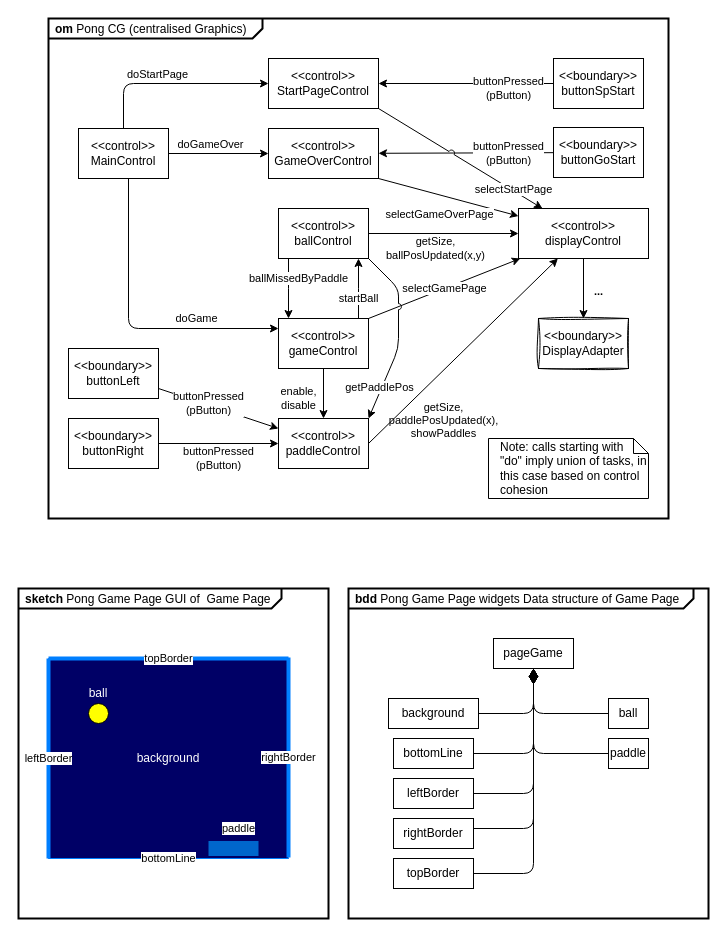
The draw.io diagram page "OM-cg" (2 of 3) of apps/pong_cleangui_cg/models/drawio/pong_cg.drawio in nepbuur1/test_lasergame_2_rework_CleanGUI_godmode, before the edit. Source tidied: cells renumbered, new cells numbered last; positions are measured from the earlier drawing's top-left corner, leaving out a move shared by most shapes. Both pictures are drawn from the tidied source at 100%, with x=0, y=0 at pixel (18, 18).
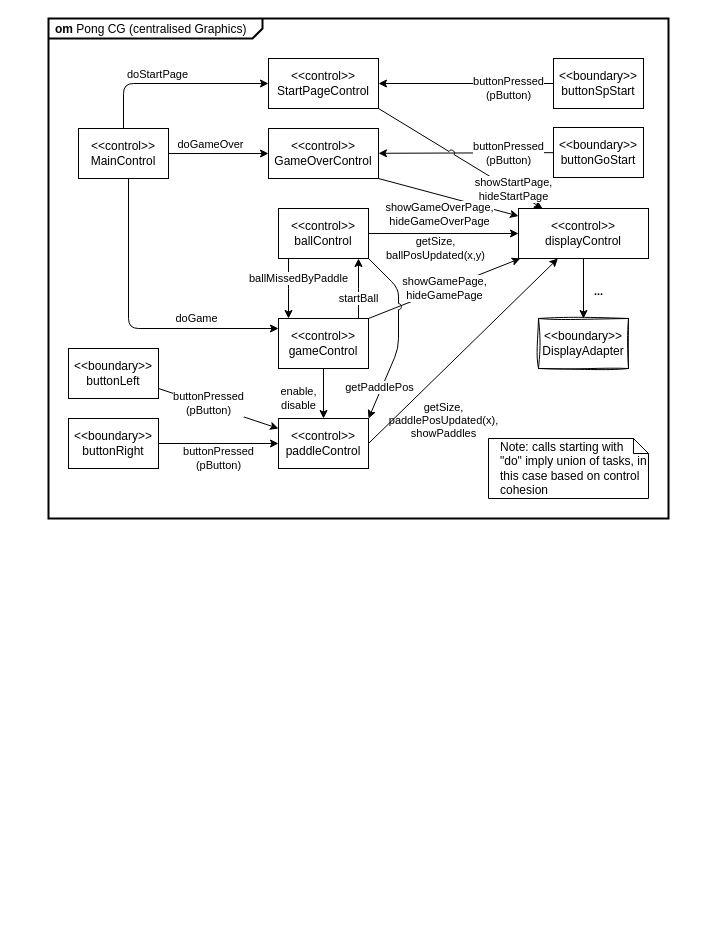
Above is the later version.

The change refers to these unchanged cells:
```xml
<mxCell id="7" value="&amp;lt;&amp;lt;control&amp;gt;&amp;gt;&lt;br&gt;gameControl" style="rounded=0;whiteSpace=wrap;html=1;" parent="1" vertex="1">
  <mxGeometry x="260" y="300" width="90" height="50" as="geometry" />
</mxCell>
<mxCell id="13" value="&amp;lt;&amp;lt;control&amp;gt;&amp;gt;&lt;br&gt;displayControl" style="rounded=0;whiteSpace=wrap;html=1;" parent="1" vertex="1">
  <mxGeometry x="500" y="190" width="130" height="50" as="geometry" />
</mxCell>
<mxCell id="46" value="&amp;lt;&amp;lt;control&amp;gt;&amp;gt;&lt;br&gt;StartPageControl" style="rounded=0;whiteSpace=wrap;html=1;" parent="1" vertex="1">
  <mxGeometry x="250" y="40" width="110" height="50" as="geometry" />
</mxCell>
<mxCell id="47" value="&amp;lt;&amp;lt;control&amp;gt;&amp;gt;&lt;br&gt;GameOverControl" style="rounded=0;whiteSpace=wrap;html=1;" parent="1" vertex="1">
  <mxGeometry x="250" y="110" width="110" height="50" as="geometry" />
</mxCell>
```

Change to the diagram source:
```diff
@@
-    <mxCell id="2" value="&lt;p style=&quot;margin:0px;margin-top:4px;margin-left:7px;text-align:left;&quot;&gt;&lt;b&gt;sketch&lt;/b&gt;&amp;nbsp;Pong Game Page GUI of&amp;nbsp; Game Page&lt;/p&gt;" style="html=1;shape=mxgraph.sysml.package;overflow=fill;labelX=263.33;strokeWidth=2;align=center;" parent="1" vertex="1">
-      <mxGeometry y="570" width="310" height="330" as="geometry" />
-    </mxCell>
-    <mxCell id="3" value="background" style="rounded=0;whiteSpace=wrap;html=1;fillColor=#000066;strokeColor=#6c8ebf;fontColor=#FFFFFF;" parent="1" vertex="1">
-      <mxGeometry x="30" y="640" width="240" height="200" as="geometry" />
-    </mxCell>
@@
-    <mxCell id="6" value="selectGamePage" style="rounded=0;jettySize=auto;html=1;exitX=1;exitY=0;exitDx=0;exitDy=0;" parent="1" edge="1" source="7" target="13">
+    <mxCell id="6" value="showGamePage,&lt;br&gt;hideGamePage" style="rounded=0;jettySize=auto;html=1;exitX=1;exitY=0;exitDx=0;exitDy=0;" parent="1" edge="1" source="7" target="13">
       <mxGeometry relative="1" as="geometry" />
     </mxCell>
@@
-    <mxCell id="21" value="&lt;p style=&quot;margin:0px;margin-top:4px;margin-left:7px;text-align:left;&quot;&gt;&lt;b&gt;bdd&lt;/b&gt;&amp;nbsp;Pong Game Page widgets Data structure of Game Page&lt;/p&gt;" style="html=1;shape=mxgraph.sysml.package;overflow=fill;labelX=345.33;strokeWidth=2;align=center;" parent="1" vertex="1">
-      <mxGeometry x="330" y="570" width="360" height="330" as="geometry" />
-    </mxCell>
-    <mxCell id="22" style="edgeStyle=orthogonalEdgeStyle;rounded=1;jettySize=auto;html=1;startArrow=diamondThin;startFill=1;startSize=13;endArrow=none;endFill=0;curved=0;" parent="1" edge="1" source="23" target="24">
-      <mxGeometry relative="1" as="geometry">
-        <Array as="points">
-          <mxPoint x="515" y="695" />
-        </Array>
-      </mxGeometry>
-    </mxCell>
-    <mxCell id="23" value="pageGame" style="rounded=0;whiteSpace=wrap;html=1;" parent="1" vertex="1">
-      <mxGeometry x="475" y="620" width="80" height="30" as="geometry" />
-    </mxCell>
-    <mxCell id="24" value="background" style="rounded=0;whiteSpace=wrap;html=1;" parent="1" vertex="1">
-      <mxGeometry x="370" y="680" width="90" height="30" as="geometry" />
-    </mxCell>
-    <mxCell id="25" value="bottomLine" style="rounded=0;whiteSpace=wrap;html=1;" parent="1" vertex="1">
-      <mxGeometry x="375" y="720" width="80" height="30" as="geometry" />
-    </mxCell>
-    <mxCell id="26" value="leftBorder" style="rounded=0;whiteSpace=wrap;html=1;" parent="1" vertex="1">
-      <mxGeometry x="375" y="760" width="80" height="30" as="geometry" />
-    </mxCell>
-    <mxCell id="27" value="rightBorder" style="rounded=0;whiteSpace=wrap;html=1;" parent="1" vertex="1">
-      <mxGeometry x="375" y="800" width="80" height="30" as="geometry" />
-    </mxCell>
-    <mxCell id="28" value="topBorder" style="rounded=0;whiteSpace=wrap;html=1;" parent="1" vertex="1">
-      <mxGeometry x="375" y="840" width="80" height="30" as="geometry" />
-    </mxCell>
-    <mxCell id="29" value="ball" style="rounded=0;whiteSpace=wrap;html=1;" parent="1" vertex="1">
-      <mxGeometry x="590" y="680" width="40" height="30" as="geometry" />
-    </mxCell>
-    <mxCell id="30" value="paddle" style="rounded=0;whiteSpace=wrap;html=1;" parent="1" vertex="1">
-      <mxGeometry x="590" y="720" width="40" height="30" as="geometry" />
-    </mxCell>
-    <mxCell id="31" style="edgeStyle=orthogonalEdgeStyle;rounded=1;jettySize=auto;html=1;startArrow=diamondThin;startFill=1;startSize=13;endArrow=none;endFill=0;curved=0;" parent="1" edge="1" source="23" target="25">
-      <mxGeometry relative="1" as="geometry">
-        <Array as="points">
-          <mxPoint x="515" y="735" />
-        </Array>
-      </mxGeometry>
-    </mxCell>
-    <mxCell id="32" style="edgeStyle=orthogonalEdgeStyle;rounded=1;jettySize=auto;html=1;startArrow=diamondThin;startFill=1;startSize=13;endArrow=none;endFill=0;curved=0;" parent="1" edge="1" source="23" target="26">
-      <mxGeometry relative="1" as="geometry">
-        <Array as="points">
-          <mxPoint x="515" y="775" />
-        </Array>
-      </mxGeometry>
-    </mxCell>
-    <mxCell id="33" style="edgeStyle=orthogonalEdgeStyle;rounded=1;jettySize=auto;html=1;startArrow=diamondThin;startFill=1;startSize=13;endArrow=none;endFill=0;curved=0;" parent="1" edge="1" source="23" target="27">
-      <mxGeometry relative="1" as="geometry">
-        <Array as="points">
-          <mxPoint x="515" y="810" />
-        </Array>
-      </mxGeometry>
-    </mxCell>
-    <mxCell id="34" style="edgeStyle=orthogonalEdgeStyle;rounded=1;jettySize=auto;html=1;startArrow=diamondThin;startFill=1;startSize=13;endArrow=none;endFill=0;curved=0;" parent="1" edge="1" source="23" target="28">
-      <mxGeometry relative="1" as="geometry">
-        <Array as="points">
-          <mxPoint x="515" y="855" />
-        </Array>
-      </mxGeometry>
-    </mxCell>
-    <mxCell id="35" style="edgeStyle=orthogonalEdgeStyle;rounded=1;jettySize=auto;html=1;startArrow=diamondThin;startFill=1;startSize=13;endArrow=none;endFill=0;curved=0;" parent="1" edge="1" source="23" target="29">
-      <mxGeometry relative="1" as="geometry">
-        <Array as="points">
-          <mxPoint x="515" y="695" />
-        </Array>
-      </mxGeometry>
-    </mxCell>
-    <mxCell id="36" style="edgeStyle=orthogonalEdgeStyle;rounded=1;jettySize=auto;html=1;startArrow=diamondThin;startFill=1;startSize=13;endArrow=none;endFill=0;curved=0;" parent="1" edge="1" source="23" target="30">
-      <mxGeometry relative="1" as="geometry">
-        <Array as="points">
-          <mxPoint x="515" y="735" />
-        </Array>
-      </mxGeometry>
-    </mxCell>
-    <mxCell id="37" value="leftBorder" style="endArrow=none;html=1;rounded=0;strokeWidth=4;strokeColor=#007FFF;" parent="1" edge="1">
-      <mxGeometry relative="1" as="geometry">
-        <mxPoint x="30" y="840" as="sourcePoint" />
-        <mxPoint x="30" y="640" as="targetPoint" />
-      </mxGeometry>
-    </mxCell>
-    <mxCell id="38" value="rightBorder" style="endArrow=none;html=1;rounded=0;strokeWidth=4;strokeColor=#007FFF;" parent="1" edge="1">
-      <mxGeometry relative="1" as="geometry">
-        <mxPoint x="270" y="839" as="sourcePoint" />
-        <mxPoint x="270" y="639" as="targetPoint" />
-      </mxGeometry>
-    </mxCell>
-    <mxCell id="39" value="topBorder" style="endArrow=none;html=1;rounded=0;strokeWidth=4;strokeColor=#007FFF;" parent="1" edge="1">
-      <mxGeometry relative="1" as="geometry">
-        <mxPoint x="270" y="640" as="sourcePoint" />
-        <mxPoint x="30" y="640" as="targetPoint" />
-      </mxGeometry>
-    </mxCell>
-    <mxCell id="40" value="bottomLine" style="endArrow=none;html=1;rounded=0;strokeWidth=1;strokeColor=#007FFF;" parent="1" edge="1">
-      <mxGeometry relative="1" as="geometry">
-        <mxPoint x="270" y="840" as="sourcePoint" />
-        <mxPoint x="30" y="840" as="targetPoint" />
-      </mxGeometry>
-    </mxCell>
-    <mxCell id="41" value="paddle" style="endArrow=none;html=1;rounded=0;strokeWidth=15;strokeColor=#0066CC;" parent="1" edge="1">
-      <mxGeometry x="0.2" y="20" relative="1" as="geometry">
-        <mxPoint x="190" y="830" as="sourcePoint" />
-        <mxPoint x="240" y="830" as="targetPoint" />
-      </mxGeometry>
-    </mxCell>
-    <mxCell id="42" value="ball" style="ellipse;whiteSpace=wrap;html=1;fillColor=#FFFF00;spacingBottom=40;fontColor=#FFFFFF;" parent="1" vertex="1">
-      <mxGeometry x="70" y="685" width="20" height="20" as="geometry" />
-    </mxCell>
@@
-    <mxCell id="48" value="selectGameOverPage" style="rounded=0;jettySize=auto;html=1;exitX=1;exitY=1;exitDx=0;exitDy=0;" parent="1" edge="1" source="47" target="13">
+    <mxCell id="48" value="showGameOverPage,&lt;br&gt;hideGameOverPage" style="rounded=0;jettySize=auto;html=1;exitX=1;exitY=1;exitDx=0;exitDy=0;" parent="1" edge="1" source="47" target="13">
       <mxGeometry x="-0.06" y="-19" relative="1" as="geometry" />
     </mxCell>
@@
-    <mxCell id="56" value="selectStartPage" style="rounded=0;jettySize=auto;html=1;exitX=1;exitY=1;exitDx=0;exitDy=0;jumpStyle=arc;" parent="1" edge="1" source="46" target="13">
+    <mxCell id="56" value="showStartPage,&lt;br&gt;hideStartPage" style="rounded=0;jettySize=auto;html=1;exitX=1;exitY=1;exitDx=0;exitDy=0;jumpStyle=arc;" parent="1" edge="1" source="46" target="13">
       <mxGeometry x="0.63" y="1" relative="1" as="geometry" />
     </mxCell>
```
